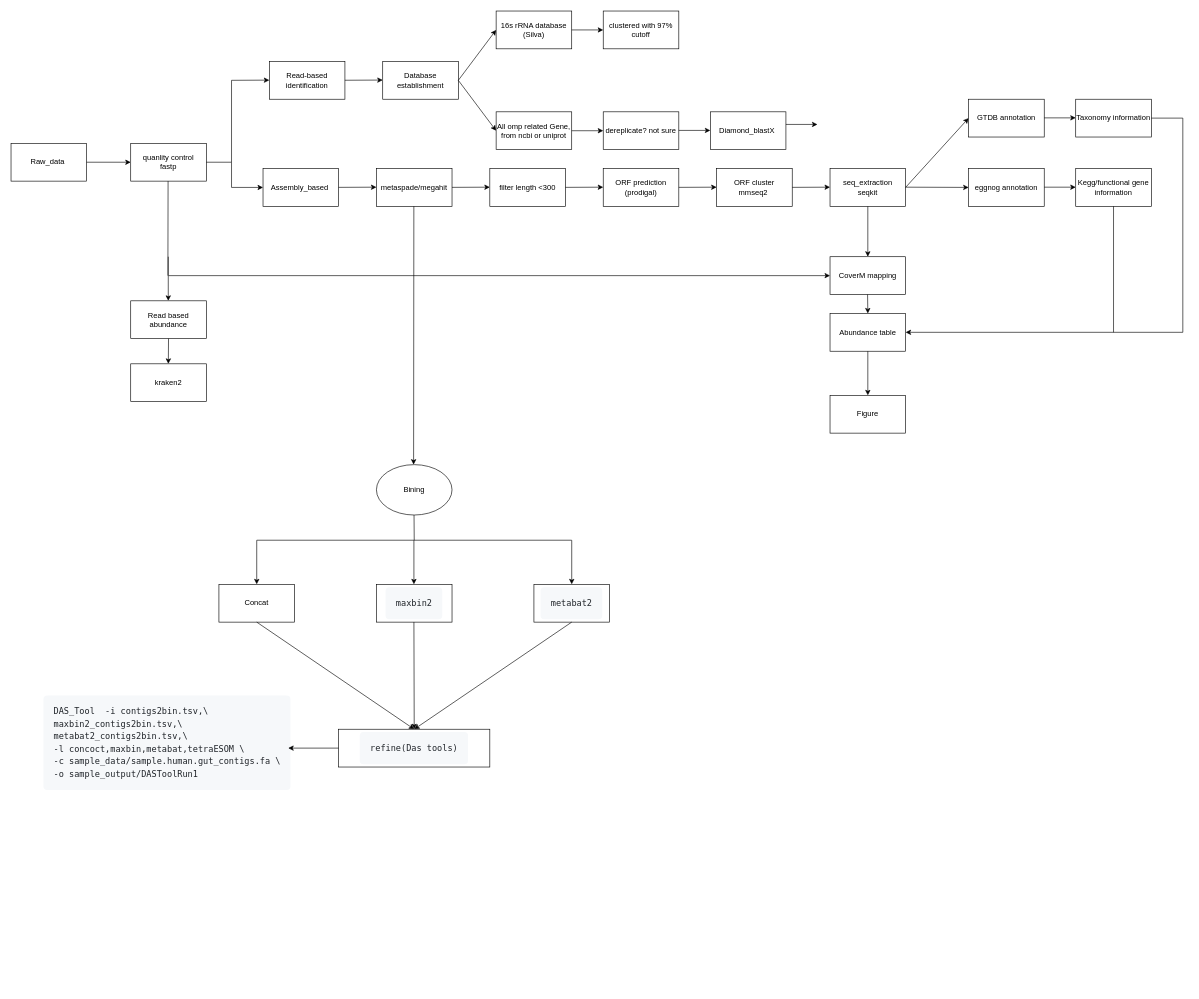
This is Untitled Diagram.drawio from XuhanDeng/OMPs_Metagenomics_pipeline, a draw.io file, before an edit. Source tidied: cells renumbered, new cells numbered last; positions are measured from the earlier drawing's top-left corner, leaving out a move shared by most shapes. Both pictures are drawn from the tidied source at 63%, with x=0, y=0 at pixel (11, 11).
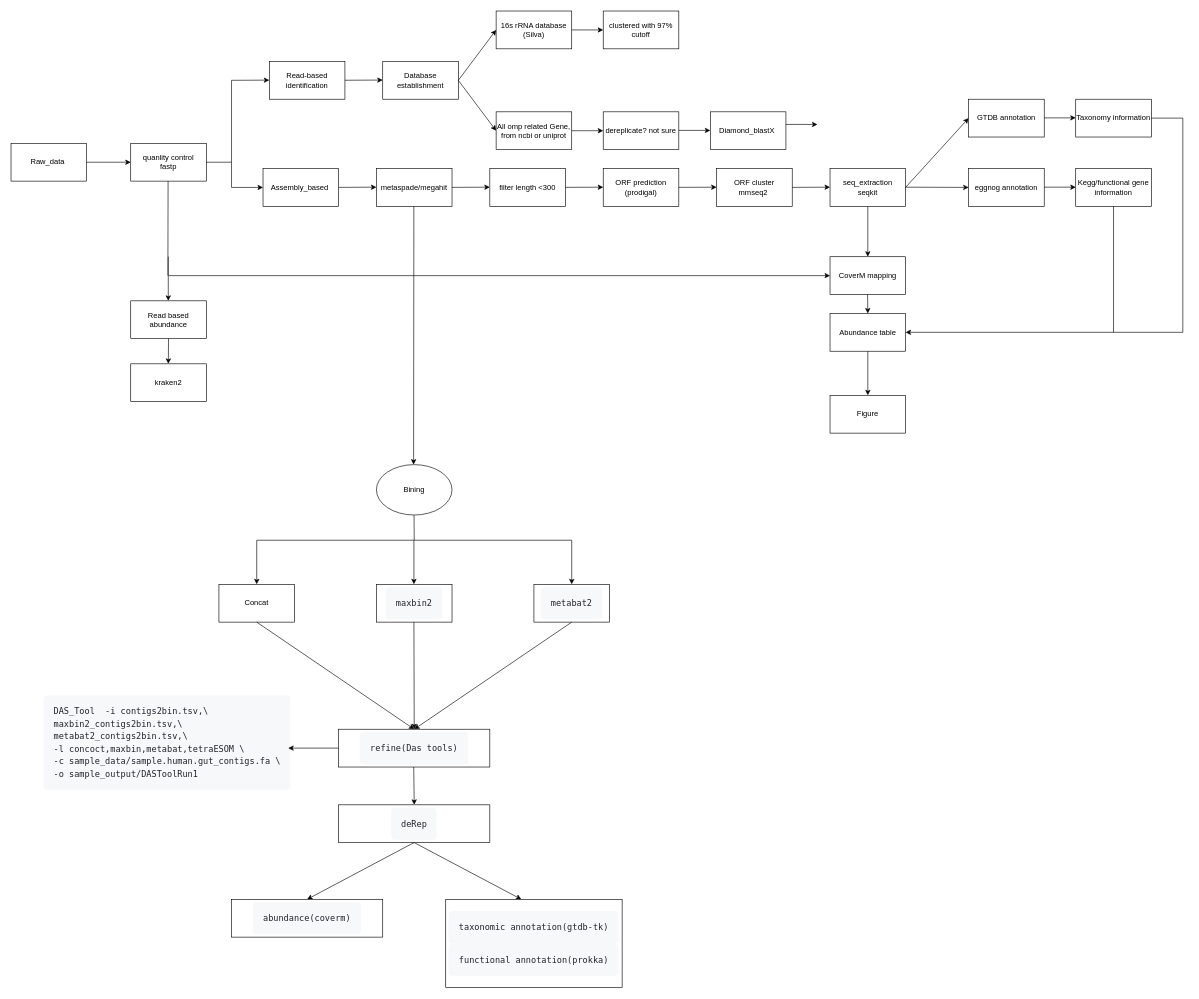
After the change.

Change to the diagram source:
```diff
@@
+    <mxCell id="75" style="endArrow=classic;html=1;rounded=0;" parent="1" edge="1">
+      <mxGeometry relative="1" as="geometry">
+        <mxPoint x="639.2" y="1200" as="sourcePoint" />
+        <mxPoint x="640" y="1260" as="targetPoint" />
+      </mxGeometry>
+    </mxCell>
+    <mxCell id="76" value="&lt;pre style=&quot;box-sizing: border-box; font-family: &amp;quot;Monaspace Neon&amp;quot;, ui-monospace, SFMono-Regular, &amp;quot;SF Mono&amp;quot;, Menlo, Consolas, &amp;quot;Liberation Mono&amp;quot;, monospace; font-size: 13.6px; margin-top: 0px; margin-bottom: 0px; tab-size: 4; overflow-wrap: normal; padding: 16px; overflow: auto; line-height: 1.45; color: rgb(31, 35, 40); background-color: rgb(246, 248, 250); border-radius: 6px; font-style: normal; font-variant-ligatures: normal; font-variant-caps: normal; font-weight: 400; letter-spacing: normal; orphans: 2; text-align: start; text-indent: 0px; text-transform: none; widows: 2; word-spacing: 0px; -webkit-text-stroke-width: 0px; text-decoration-thickness: initial; text-decoration-style: initial; text-decoration-color: initial;&quot; class=&quot;notranslate&quot;&gt;deRep&lt;/pre&gt;" style="rounded=0;whiteSpace=wrap;html=1;" parent="1" vertex="1">
+      <mxGeometry x="520" y="1260" width="240" height="60" as="geometry" />
+    </mxCell>
+    <mxCell id="77" style="endArrow=classic;html=1;rounded=0;" parent="1" edge="1">
+      <mxGeometry relative="1" as="geometry">
+        <mxPoint x="639.6" y="1320" as="sourcePoint" />
+        <mxPoint x="470" y="1410" as="targetPoint" />
+      </mxGeometry>
+    </mxCell>
+    <mxCell id="78" value="&lt;pre style=&quot;box-sizing: border-box; font-family: &amp;quot;Monaspace Neon&amp;quot;, ui-monospace, SFMono-Regular, &amp;quot;SF Mono&amp;quot;, Menlo, Consolas, &amp;quot;Liberation Mono&amp;quot;, monospace; font-size: 13.6px; margin-top: 0px; margin-bottom: 0px; tab-size: 4; overflow-wrap: normal; padding: 16px; overflow: auto; line-height: 1.45; color: rgb(31, 35, 40); background-color: rgb(246, 248, 250); border-radius: 6px; font-style: normal; font-variant-ligatures: normal; font-variant-caps: normal; font-weight: 400; letter-spacing: normal; orphans: 2; text-align: start; text-indent: 0px; text-transform: none; widows: 2; word-spacing: 0px; -webkit-text-stroke-width: 0px; text-decoration-thickness: initial; text-decoration-style: initial; text-decoration-color: initial;&quot; class=&quot;notranslate&quot;&gt;abundance(coverm)&lt;/pre&gt;" style="rounded=0;whiteSpace=wrap;html=1;" parent="1" vertex="1">
+      <mxGeometry x="350" y="1410" width="240" height="60" as="geometry" />
+    </mxCell>
+    <mxCell id="79" style="endArrow=classic;html=1;rounded=0;exitX=0.5;exitY=1;exitDx=0;exitDy=0;" parent="1" edge="1" source="76">
+      <mxGeometry relative="1" as="geometry">
+        <mxPoint x="810" y="1410" as="targetPoint" />
+      </mxGeometry>
+    </mxCell>
+    <mxCell id="80" value="&lt;pre style=&quot;box-sizing: border-box; font-family: &amp;quot;Monaspace Neon&amp;quot;, ui-monospace, SFMono-Regular, &amp;quot;SF Mono&amp;quot;, Menlo, Consolas, &amp;quot;Liberation Mono&amp;quot;, monospace; font-size: 13.6px; margin-top: 0px; margin-bottom: 0px; tab-size: 4; overflow-wrap: normal; padding: 16px; overflow: auto; line-height: 1.45; color: rgb(31, 35, 40); background-color: rgb(246, 248, 250); border-radius: 6px; font-style: normal; font-variant-ligatures: normal; font-variant-caps: normal; font-weight: 400; letter-spacing: normal; orphans: 2; text-align: start; text-indent: 0px; text-transform: none; widows: 2; word-spacing: 0px; -webkit-text-stroke-width: 0px; text-decoration-thickness: initial; text-decoration-style: initial; text-decoration-color: initial;&quot; class=&quot;notranslate&quot;&gt;taxonomic annotation(gtdb-tk)&lt;/pre&gt;&lt;pre style=&quot;box-sizing: border-box; font-family: &amp;quot;Monaspace Neon&amp;quot;, ui-monospace, SFMono-Regular, &amp;quot;SF Mono&amp;quot;, Menlo, Consolas, &amp;quot;Liberation Mono&amp;quot;, monospace; font-size: 13.6px; margin-top: 0px; margin-bottom: 0px; tab-size: 4; overflow-wrap: normal; padding: 16px; overflow: auto; line-height: 1.45; color: rgb(31, 35, 40); background-color: rgb(246, 248, 250); border-radius: 6px; font-style: normal; font-variant-ligatures: normal; font-variant-caps: normal; font-weight: 400; letter-spacing: normal; orphans: 2; text-align: start; text-indent: 0px; text-transform: none; widows: 2; word-spacing: 0px; -webkit-text-stroke-width: 0px; text-decoration-thickness: initial; text-decoration-style: initial; text-decoration-color: initial;&quot; class=&quot;notranslate&quot;&gt;functional annotation(prokka)&lt;/pre&gt;" style="rounded=0;whiteSpace=wrap;html=1;" parent="1" vertex="1">
+      <mxGeometry x="690" y="1410" width="280" height="140" as="geometry" />
+    </mxCell>
```
